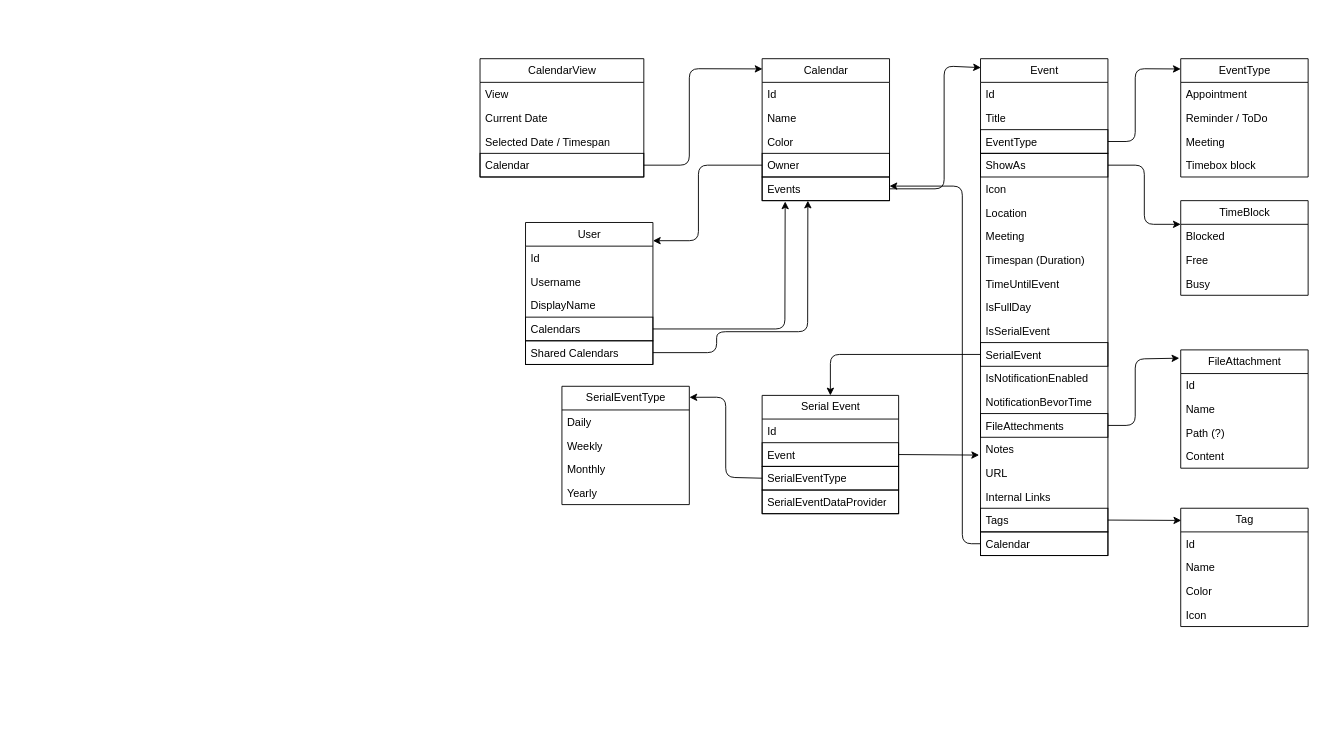
Before: page "Domain" (1 of 2) of Architecture/Domains/Calendar.drawio in TodoXpress/Documentation, a draw.io diagram. Source tidied: cells renumbered, new cells numbered last; positions are measured from the earlier drawing's top-left corner, leaving out a move shared by most shapes. Both pictures are drawn from the tidied source at 91%, with x=0, y=0 at pixel (480, 58).
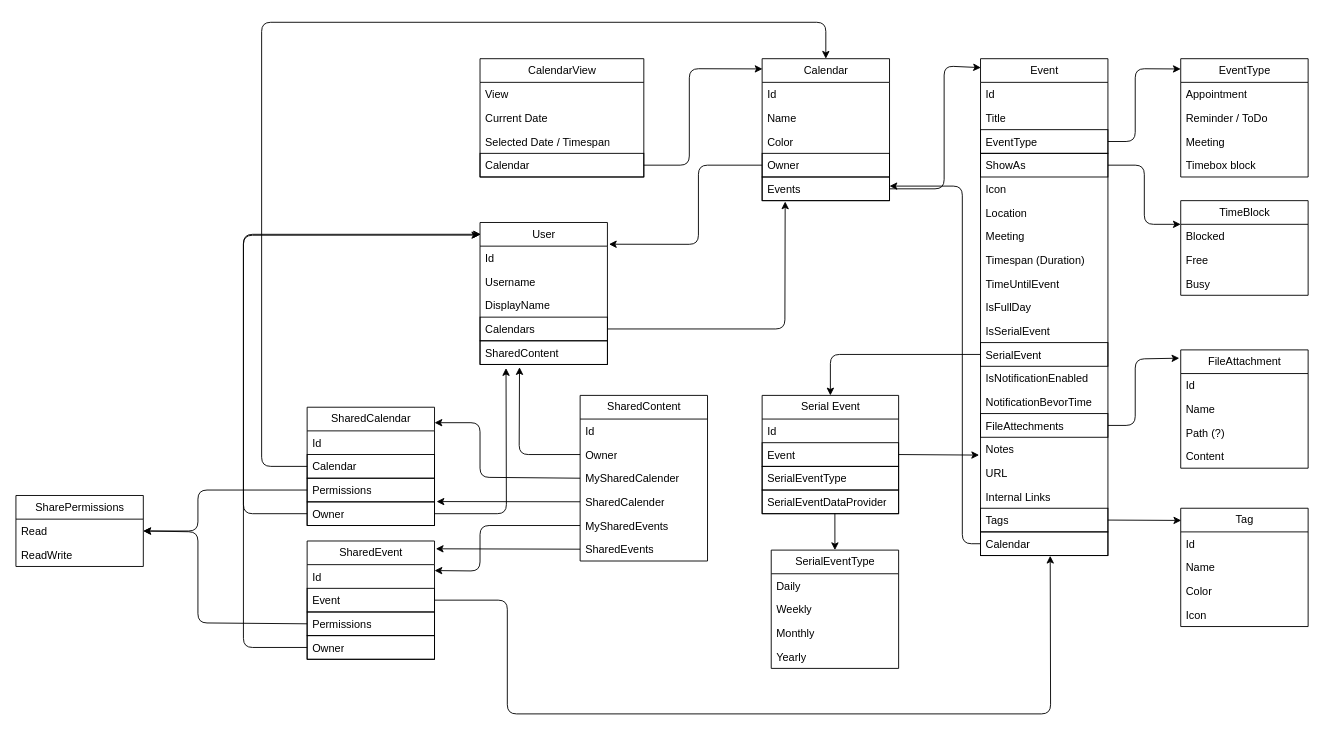
The same page after the edit.

Commit message:
add share objects

Unchanged cells that the change refers to:
```xml
<mxCell id="7" value="Calendar" style="swimlane;fontStyle=0;horizontal=1;startSize=26;fillColor=none;html=1;" parent="1" vertex="1">
  <mxGeometry x="310" width="140" height="156" as="geometry" />
</mxCell>
<mxCell id="11" value="Owner" style="text;strokeColor=default;fillColor=none;align=left;verticalAlign=top;spacingLeft=4;spacingRight=4;overflow=hidden;points=[[0,0.5],[1,0.5]];portConstraint=eastwest;whiteSpace=wrap;html=1;" parent="7" vertex="1">
  <mxGeometry y="104" width="140" height="26" as="geometry" />
</mxCell>
<mxCell id="12" value="Events" style="text;strokeColor=default;fillColor=none;align=left;verticalAlign=top;spacingLeft=4;spacingRight=4;overflow=hidden;points=[[0,0.5],[1,0.5]];portConstraint=eastwest;whiteSpace=wrap;html=1;" parent="7" vertex="1">
  <mxGeometry y="130" width="140" height="26" as="geometry" />
</mxCell>
<mxCell id="34" value="Calendar" style="text;strokeColor=default;fillColor=none;align=left;verticalAlign=top;spacingLeft=4;spacingRight=4;overflow=hidden;points=[[0,0.5],[1,0.5]];portConstraint=eastwest;whiteSpace=wrap;html=1;" parent="14" vertex="1">
  <mxGeometry y="520" width="140" height="26" as="geometry" />
</mxCell>
<mxCell id="40" value="SerialEventType" style="text;strokeColor=default;fillColor=none;align=left;verticalAlign=top;spacingLeft=4;spacingRight=4;overflow=hidden;points=[[0,0.5],[1,0.5]];portConstraint=eastwest;whiteSpace=wrap;html=1;" parent="37" vertex="1">
  <mxGeometry y="78" width="150" height="26" as="geometry" />
</mxCell>
<mxCell id="41" value="SerialEventDataProvider" style="text;strokeColor=default;fillColor=none;align=left;verticalAlign=top;spacingLeft=4;spacingRight=4;overflow=hidden;points=[[0,0.5],[1,0.5]];portConstraint=eastwest;whiteSpace=wrap;html=1;" parent="37" vertex="1">
  <mxGeometry y="104" width="150" height="26" as="geometry" />
</mxCell>
```

Change to the diagram source:
```diff
@@
     <mxCell id="43" value="User" style="swimlane;fontStyle=0;horizontal=1;startSize=26;fillColor=none;html=1;strokeColor=default;" parent="1" vertex="1">
-      <mxGeometry x="50" y="180" width="140" height="156" as="geometry" />
+      <mxGeometry y="180" width="140" height="156" as="geometry" />
     </mxCell>
@@
-    <mxCell id="48" value="Shared Calendars" style="text;strokeColor=default;fillColor=none;align=left;verticalAlign=top;spacingLeft=4;spacingRight=4;overflow=hidden;points=[[0,0.5],[1,0.5]];portConstraint=eastwest;whiteSpace=wrap;html=1;" parent="43" vertex="1">
-      <mxGeometry y="130" width="140" height="26" as="geometry" />
-    </mxCell>
+    <mxCell id="82" value="SharedContent" style="text;strokeColor=default;fillColor=none;align=left;verticalAlign=top;spacingLeft=4;spacingRight=4;overflow=hidden;points=[[0,0.5],[1,0.5]];portConstraint=eastwest;whiteSpace=wrap;html=1;" parent="43" vertex="1">
+      <mxGeometry y="130" width="140" height="26" as="geometry" />
+    </mxCell>
-    <mxCell id="49" style="edgeStyle=none;html=1;exitX=0;exitY=0.5;exitDx=0;exitDy=0;" parent="1" edge="1" source="11">
+    <mxCell id="49" style="edgeStyle=none;html=1;exitX=0;exitY=0.5;exitDx=0;exitDy=0;entryX=1.012;entryY=0.153;entryDx=0;entryDy=0;entryPerimeter=0;" parent="1" edge="1" source="11" target="43">
       <mxGeometry relative="1" as="geometry">
-        <mxPoint x="190" y="200" as="targetPoint" />
         <Array as="points">
           <mxPoint x="240" y="117" />
-          <mxPoint x="240" y="200" />
+          <mxPoint x="240" y="204" />
         </Array>
       </mxGeometry>
     </mxCell>
@@
     <mxCell id="56" value="SerialEventType" style="swimlane;fontStyle=0;horizontal=1;startSize=26;fillColor=none;html=1;strokeColor=default;" parent="1" vertex="1">
-      <mxGeometry x="90" y="360" width="140" height="130" as="geometry" />
+      <mxGeometry x="320" y="540" width="140" height="130" as="geometry" />
     </mxCell>
@@
-    <mxCell id="61" style="edgeStyle=none;html=1;exitX=0;exitY=0.5;exitDx=0;exitDy=0;entryX=1.001;entryY=0.093;entryDx=0;entryDy=0;entryPerimeter=0;" parent="1" edge="1" source="40" target="56">
-      <mxGeometry relative="1" as="geometry">
-        <Array as="points">
-          <mxPoint x="270" y="460" />
-          <mxPoint x="270" y="372" />
-        </Array>
-      </mxGeometry>
+    <mxCell id="61" style="edgeStyle=none;html=1;exitX=0.533;exitY=0.984;exitDx=0;exitDy=0;entryX=0.5;entryY=0;entryDx=0;entryDy=0;exitPerimeter=0;" parent="1" edge="1" source="41" target="56">
+      <mxGeometry relative="1" as="geometry" />
     </mxCell>
@@
-    <mxCell id="76" style="edgeStyle=none;html=1;exitX=1;exitY=0.5;exitDx=0;exitDy=0;entryX=0.359;entryY=1;entryDx=0;entryDy=0;entryPerimeter=0;" parent="1" edge="1" source="48" target="12">
-      <mxGeometry relative="1" as="geometry">
-        <Array as="points">
-          <mxPoint x="260" y="323" />
-          <mxPoint x="260" y="300" />
-          <mxPoint x="360" y="300" />
-        </Array>
-      </mxGeometry>
-    </mxCell>
@@
+    <mxCell id="83" value="SharedContent" style="swimlane;fontStyle=0;horizontal=1;startSize=26;fillColor=none;html=1;strokeColor=default;" parent="1" vertex="1">
+      <mxGeometry x="110" y="370" width="140" height="182" as="geometry" />
+    </mxCell>
+    <mxCell id="84" value="Id" style="text;strokeColor=none;fillColor=none;align=left;verticalAlign=top;spacingLeft=4;spacingRight=4;overflow=hidden;whiteSpace=wrap;html=1;" parent="83" vertex="1">
+      <mxGeometry y="26" width="140" height="26" as="geometry" />
+    </mxCell>
+    <mxCell id="85" value="Owner" style="text;strokeColor=none;fillColor=none;align=left;verticalAlign=top;spacingLeft=4;spacingRight=4;overflow=hidden;points=[[0,0.5],[1,0.5]];portConstraint=eastwest;whiteSpace=wrap;html=1;" parent="83" vertex="1">
+      <mxGeometry y="52" width="140" height="26" as="geometry" />
+    </mxCell>
+    <mxCell id="86" value="MySharedCalender" style="text;strokeColor=none;fillColor=none;align=left;verticalAlign=top;spacingLeft=4;spacingRight=4;overflow=hidden;points=[[0,0.5],[1,0.5]];portConstraint=eastwest;whiteSpace=wrap;html=1;" parent="83" vertex="1">
+      <mxGeometry y="78" width="140" height="26" as="geometry" />
+    </mxCell>
+    <mxCell id="87" value="SharedCalender" style="text;strokeColor=none;fillColor=none;align=left;verticalAlign=top;spacingLeft=4;spacingRight=4;overflow=hidden;points=[[0,0.5],[1,0.5]];portConstraint=eastwest;whiteSpace=wrap;html=1;" parent="83" vertex="1">
+      <mxGeometry y="104" width="140" height="26" as="geometry" />
+    </mxCell>
+    <mxCell id="88" value="MySharedEvents" style="text;strokeColor=none;fillColor=none;align=left;verticalAlign=top;spacingLeft=4;spacingRight=4;overflow=hidden;points=[[0,0.5],[1,0.5]];portConstraint=eastwest;whiteSpace=wrap;html=1;" parent="83" vertex="1">
+      <mxGeometry y="130" width="140" height="26" as="geometry" />
+    </mxCell>
+    <mxCell id="89" value="SharedEvents" style="text;strokeColor=none;fillColor=none;align=left;verticalAlign=top;spacingLeft=4;spacingRight=4;overflow=hidden;points=[[0,0.5],[1,0.5]];portConstraint=eastwest;whiteSpace=wrap;html=1;" parent="83" vertex="1">
+      <mxGeometry y="156" width="140" height="26" as="geometry" />
+    </mxCell>
+    <mxCell id="90" style="edgeStyle=none;html=1;entryX=0.31;entryY=1.115;entryDx=0;entryDy=0;entryPerimeter=0;exitX=0;exitY=0.5;exitDx=0;exitDy=0;" parent="1" edge="1" source="85" target="82">
+      <mxGeometry relative="1" as="geometry">
+        <Array as="points">
+          <mxPoint x="43" y="435" />
+        </Array>
+      </mxGeometry>
+    </mxCell>
+    <mxCell id="91" value="SharedCalendar" style="swimlane;fontStyle=0;horizontal=1;startSize=26;fillColor=none;html=1;strokeColor=default;" parent="1" vertex="1">
+      <mxGeometry x="-190" y="383" width="140" height="130" as="geometry" />
+    </mxCell>
+    <mxCell id="92" value="Id" style="text;strokeColor=none;fillColor=none;align=left;verticalAlign=top;spacingLeft=4;spacingRight=4;overflow=hidden;whiteSpace=wrap;html=1;" parent="91" vertex="1">
+      <mxGeometry y="26" width="140" height="26" as="geometry" />
+    </mxCell>
+    <mxCell id="93" value="Calendar" style="text;strokeColor=default;fillColor=none;align=left;verticalAlign=top;spacingLeft=4;spacingRight=4;overflow=hidden;points=[[0,0.5],[1,0.5]];portConstraint=eastwest;whiteSpace=wrap;html=1;" parent="91" vertex="1">
+      <mxGeometry y="52" width="140" height="26" as="geometry" />
+    </mxCell>
+    <mxCell id="94" value="Permissions" style="text;strokeColor=default;fillColor=none;align=left;verticalAlign=top;spacingLeft=4;spacingRight=4;overflow=hidden;points=[[0,0.5],[1,0.5]];portConstraint=eastwest;whiteSpace=wrap;html=1;" parent="91" vertex="1">
+      <mxGeometry y="78" width="140" height="26" as="geometry" />
+    </mxCell>
+    <mxCell id="95" value="Owner" style="text;strokeColor=default;fillColor=none;align=left;verticalAlign=top;spacingLeft=4;spacingRight=4;overflow=hidden;points=[[0,0.5],[1,0.5]];portConstraint=eastwest;whiteSpace=wrap;html=1;" parent="91" vertex="1">
+      <mxGeometry y="104" width="140" height="26" as="geometry" />
+    </mxCell>
+    <mxCell id="96" value="SharedEvent" style="swimlane;fontStyle=0;horizontal=1;startSize=26;fillColor=none;html=1;strokeColor=default;" parent="1" vertex="1">
+      <mxGeometry x="-190" y="530" width="140" height="130" as="geometry" />
+    </mxCell>
+    <mxCell id="97" value="Id" style="text;strokeColor=none;fillColor=none;align=left;verticalAlign=top;spacingLeft=4;spacingRight=4;overflow=hidden;whiteSpace=wrap;html=1;" parent="96" vertex="1">
+      <mxGeometry y="26" width="140" height="26" as="geometry" />
+    </mxCell>
+    <mxCell id="98" value="Event" style="text;strokeColor=default;fillColor=none;align=left;verticalAlign=top;spacingLeft=4;spacingRight=4;overflow=hidden;points=[[0,0.5],[1,0.5]];portConstraint=eastwest;whiteSpace=wrap;html=1;" parent="96" vertex="1">
+      <mxGeometry y="52" width="140" height="26" as="geometry" />
+    </mxCell>
+    <mxCell id="99" value="Permissions" style="text;strokeColor=default;fillColor=none;align=left;verticalAlign=top;spacingLeft=4;spacingRight=4;overflow=hidden;points=[[0,0.5],[1,0.5]];portConstraint=eastwest;whiteSpace=wrap;html=1;" parent="96" vertex="1">
+      <mxGeometry y="78" width="140" height="26" as="geometry" />
+    </mxCell>
+    <mxCell id="100" value="Owner" style="text;strokeColor=default;fillColor=none;align=left;verticalAlign=top;spacingLeft=4;spacingRight=4;overflow=hidden;points=[[0,0.5],[1,0.5]];portConstraint=eastwest;whiteSpace=wrap;html=1;" parent="96" vertex="1">
+      <mxGeometry y="104" width="140" height="26" as="geometry" />
+    </mxCell>
+    <mxCell id="101" style="edgeStyle=none;html=1;exitX=0;exitY=0.5;exitDx=0;exitDy=0;" parent="1" edge="1" source="86">
+      <mxGeometry relative="1" as="geometry">
+        <mxPoint x="-50" y="400" as="targetPoint" />
+        <Array as="points">
+          <mxPoint y="460" />
+          <mxPoint y="400" />
+        </Array>
+      </mxGeometry>
+    </mxCell>
+    <mxCell id="102" style="edgeStyle=none;html=1;entryX=0.204;entryY=1.154;entryDx=0;entryDy=0;entryPerimeter=0;exitX=1;exitY=0.5;exitDx=0;exitDy=0;" parent="1" edge="1" source="95" target="82">
+      <mxGeometry relative="1" as="geometry">
+        <Array as="points">
+          <mxPoint x="29" y="500" />
+        </Array>
+      </mxGeometry>
+    </mxCell>
+    <mxCell id="103" style="edgeStyle=none;html=1;entryX=0.5;entryY=0;entryDx=0;entryDy=0;exitX=0;exitY=0.5;exitDx=0;exitDy=0;" parent="1" edge="1" source="93" target="7">
+      <mxGeometry relative="1" as="geometry">
+        <Array as="points">
+          <mxPoint x="-240" y="448" />
+          <mxPoint x="-240" y="-40" />
+          <mxPoint x="380" y="-40" />
+        </Array>
+      </mxGeometry>
+    </mxCell>
+    <mxCell id="104" style="edgeStyle=none;html=1;entryX=1.016;entryY=-0.012;entryDx=0;entryDy=0;entryPerimeter=0;" parent="1" edge="1" source="87" target="95">
+      <mxGeometry relative="1" as="geometry" />
+    </mxCell>
+    <mxCell id="105" style="edgeStyle=none;html=1;entryX=1;entryY=0.25;entryDx=0;entryDy=0;exitX=0;exitY=0.5;exitDx=0;exitDy=0;" parent="1" edge="1" source="88" target="96">
+      <mxGeometry relative="1" as="geometry">
+        <Array as="points">
+          <mxPoint y="513" />
+          <mxPoint y="563" />
+        </Array>
+      </mxGeometry>
+    </mxCell>
+    <mxCell id="106" style="edgeStyle=none;html=1;entryX=1.01;entryY=0.066;entryDx=0;entryDy=0;entryPerimeter=0;exitX=0;exitY=0.5;exitDx=0;exitDy=0;" parent="1" edge="1" source="89" target="96">
+      <mxGeometry relative="1" as="geometry" />
+    </mxCell>
+    <mxCell id="107" style="edgeStyle=none;html=1;entryX=-0.006;entryY=0.089;entryDx=0;entryDy=0;entryPerimeter=0;exitX=0;exitY=0.5;exitDx=0;exitDy=0;" parent="1" edge="1" source="95" target="43">
+      <mxGeometry relative="1" as="geometry">
+        <Array as="points">
+          <mxPoint x="-260" y="500" />
+          <mxPoint x="-260" y="194" />
+        </Array>
+      </mxGeometry>
+    </mxCell>
+    <mxCell id="108" style="edgeStyle=none;html=1;entryX=0.007;entryY=0.083;entryDx=0;entryDy=0;entryPerimeter=0;exitX=0;exitY=0.5;exitDx=0;exitDy=0;" parent="1" edge="1" source="100" target="43">
+      <mxGeometry relative="1" as="geometry">
+        <Array as="points">
+          <mxPoint x="-260" y="647" />
+          <mxPoint x="-260" y="193" />
+        </Array>
+      </mxGeometry>
+    </mxCell>
+    <mxCell id="109" style="edgeStyle=none;html=1;entryX=0.547;entryY=1.009;entryDx=0;entryDy=0;entryPerimeter=0;exitX=1;exitY=0.5;exitDx=0;exitDy=0;" parent="1" edge="1" source="98" target="34">
+      <mxGeometry relative="1" as="geometry">
+        <Array as="points">
+          <mxPoint x="30" y="595" />
+          <mxPoint x="30" y="720" />
+          <mxPoint x="627" y="720" />
+        </Array>
+      </mxGeometry>
+    </mxCell>
+    <mxCell id="110" value="SharePermissions" style="swimlane;fontStyle=0;horizontal=1;startSize=26;fillColor=none;html=1;strokeColor=default;" parent="1" vertex="1">
+      <mxGeometry x="-510" y="480" width="140" height="78" as="geometry" />
+    </mxCell>
+    <mxCell id="111" value="Read" style="text;strokeColor=none;fillColor=none;align=left;verticalAlign=top;spacingLeft=4;spacingRight=4;overflow=hidden;points=[[0,0.5],[1,0.5]];portConstraint=eastwest;whiteSpace=wrap;html=1;" parent="110" vertex="1">
+      <mxGeometry y="26" width="140" height="26" as="geometry" />
+    </mxCell>
+    <mxCell id="112" value="ReadWrite" style="text;strokeColor=none;fillColor=none;align=left;verticalAlign=top;spacingLeft=4;spacingRight=4;overflow=hidden;whiteSpace=wrap;html=1;" parent="110" vertex="1">
+      <mxGeometry y="52" width="140" height="26" as="geometry" />
+    </mxCell>
+    <mxCell id="113" style="edgeStyle=none;html=1;entryX=1;entryY=0.5;entryDx=0;entryDy=0;exitX=0;exitY=0.5;exitDx=0;exitDy=0;" parent="1" edge="1" source="94" target="111">
+      <mxGeometry relative="1" as="geometry">
+        <Array as="points">
+          <mxPoint x="-310" y="474" />
+          <mxPoint x="-310" y="519" />
+        </Array>
+      </mxGeometry>
+    </mxCell>
+    <mxCell id="114" style="edgeStyle=none;html=1;entryX=1;entryY=0.5;entryDx=0;entryDy=0;exitX=0;exitY=0.5;exitDx=0;exitDy=0;" parent="1" edge="1" source="99" target="110">
+      <mxGeometry relative="1" as="geometry">
+        <Array as="points">
+          <mxPoint x="-310" y="620" />
+          <mxPoint x="-310" y="520" />
+        </Array>
+      </mxGeometry>
+    </mxCell>
```
